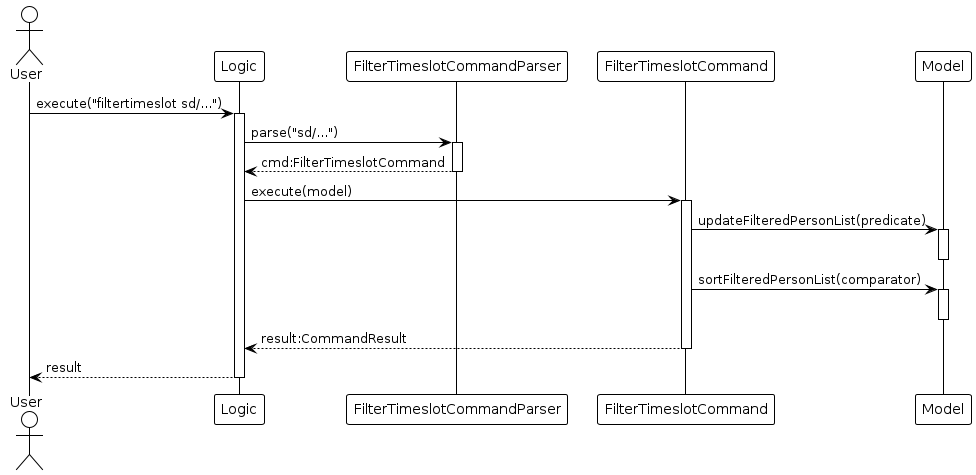
Above: diagrams/FilterTimeslotSequenceDiagram.png in AY2526S1-CS2103T-T15-1/tp (PlantUML), before the change. Its source is kept beside it as diagrams/FilterTimeslotSequenceDiagram.puml.
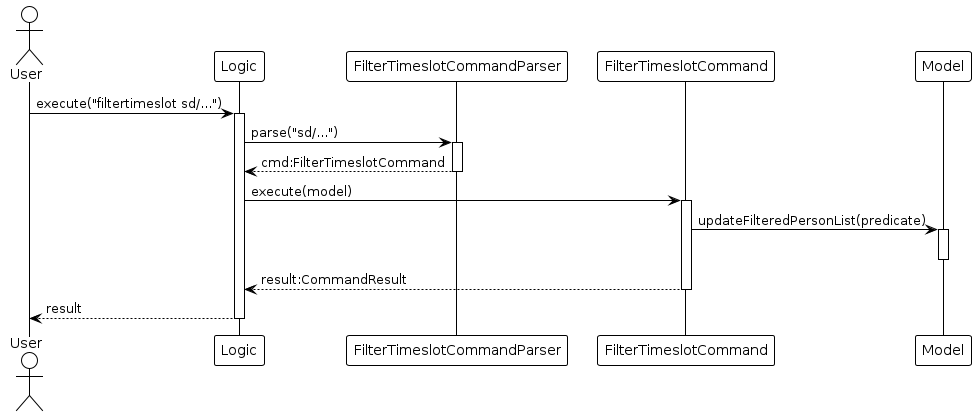
After the commit.

Diff of the diagram source:
```diff
@@ -19,10 +19,6 @@
 activate Model
 deactivate Model
 
-FilterTimeslotCommand -> Model : sortFilteredPersonList(comparator)
-activate Model
-deactivate Model
-
 Logic <-- FilterTimeslotCommand : result:CommandResult
 deactivate FilterTimeslotCommand
 
```
